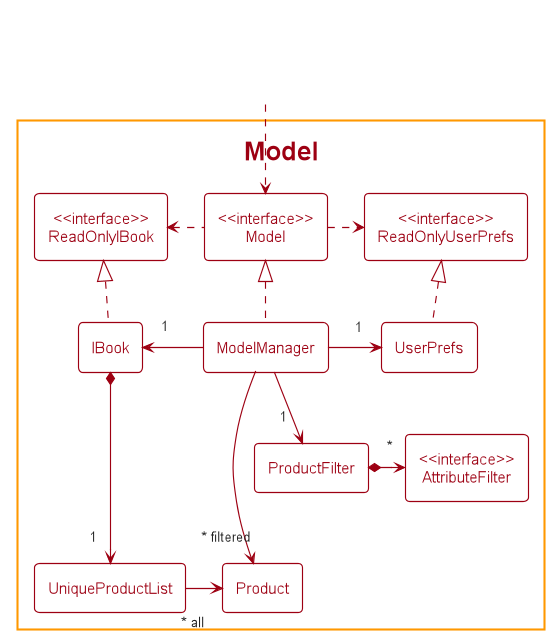
Earlier version of the PlantUML export docs/images/ModelClassDiagram.png (nus-cs2103-AY2122S2/tp).
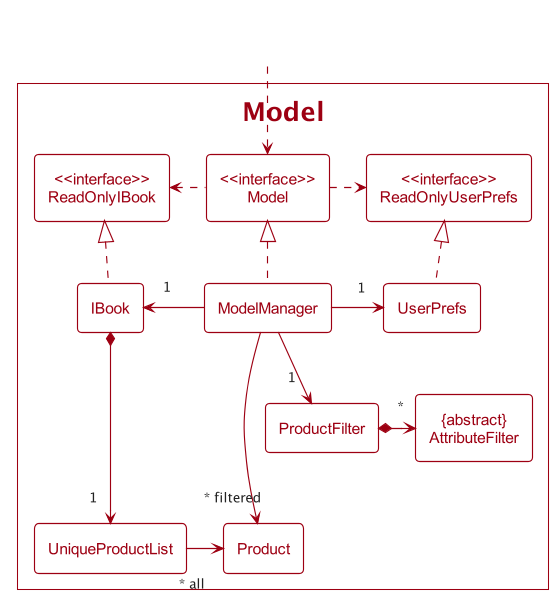
The same diagram one commit later.

Diff of the diagram source:
```diff
@@ -1,24 +1,24 @@
 @startuml
-!include style.puml
+!include Style.puml
 
 $OverrideTheme(MODEL_COLOR)
 
-package Model {
-    class "<<interface>>\nReadOnlyIBook" as ReadOnlyIBook
-    class "<<interface>>\nModel" as Model
-    class "<<interface>>\nReadOnlyUserPrefs" as ReadOnlyUserPrefs
-    class "<<interface>>\nAttributeFilter" as AttributeFilter
+package Model as ModelPackage<<Model>> {
+    class "<<interface>>\nReadOnlyIBook" as ReadOnlyIBook<<Model>>
+    class "<<interface>>\nModel" as Model<<Model>>
+    class "<<interface>>\nReadOnlyUserPrefs" as ReadOnlyUserPrefs<<Model>>
+    class "{abstract}\nAttributeFilter" as AttributeFilter<<Model>>
 
-    class IBook
-    class ModelManager
-    class UserPrefs
+    class IBook<<Model>>
+    class ModelManager<<Model>>
+    class UserPrefs<<Model>>
 
-    class UniqueProductList
-    class ProductFilter
-    class Product
+    class UniqueProductList<<Model>>
+    class ProductFilter<<Model>>
+    class Product<<Model>>
 }
 
-class HiddenOutside <<Hidden>>
+class HiddenOutside<<Hidden>>
 HiddenOutside ..> Model
 
 IBook .up.|> ReadOnlyIBook
```
